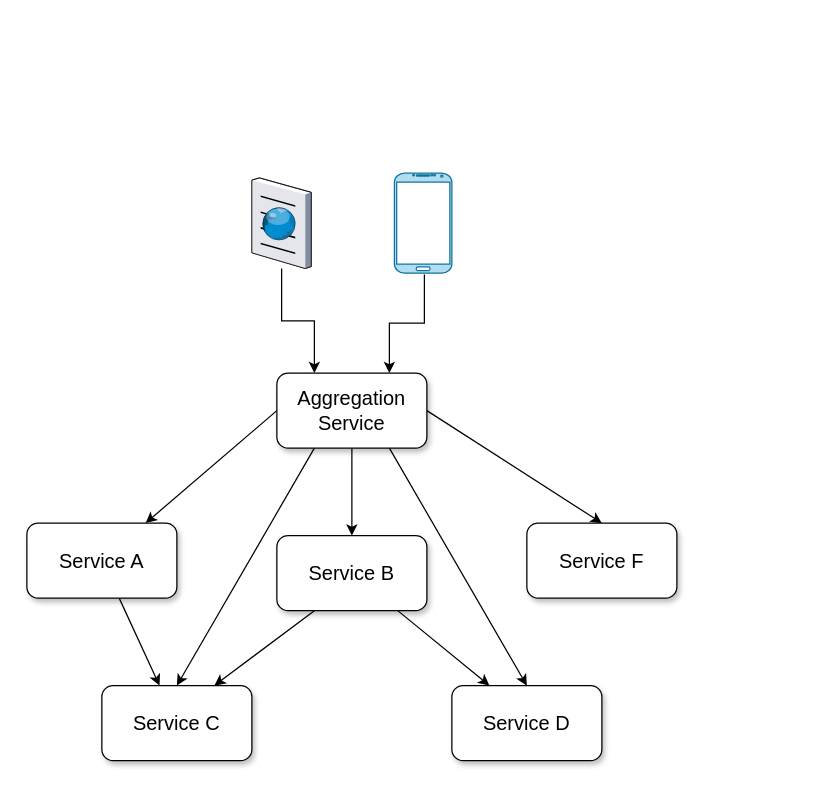
stupnikov/distributed-systems-lectures keeps this draw.io diagram as декомпозиция на микросервисы/draw.io/Aggregation Service.drawio. Above is the earlier version. Source tidied: cells renumbered, new cells numbered last; positions are measured from the earlier drawing's top-left corner, leaving out a move shared by most shapes. Both pictures are drawn from the tidied source at 125%, with x=0, y=0 at pixel (26, 172).
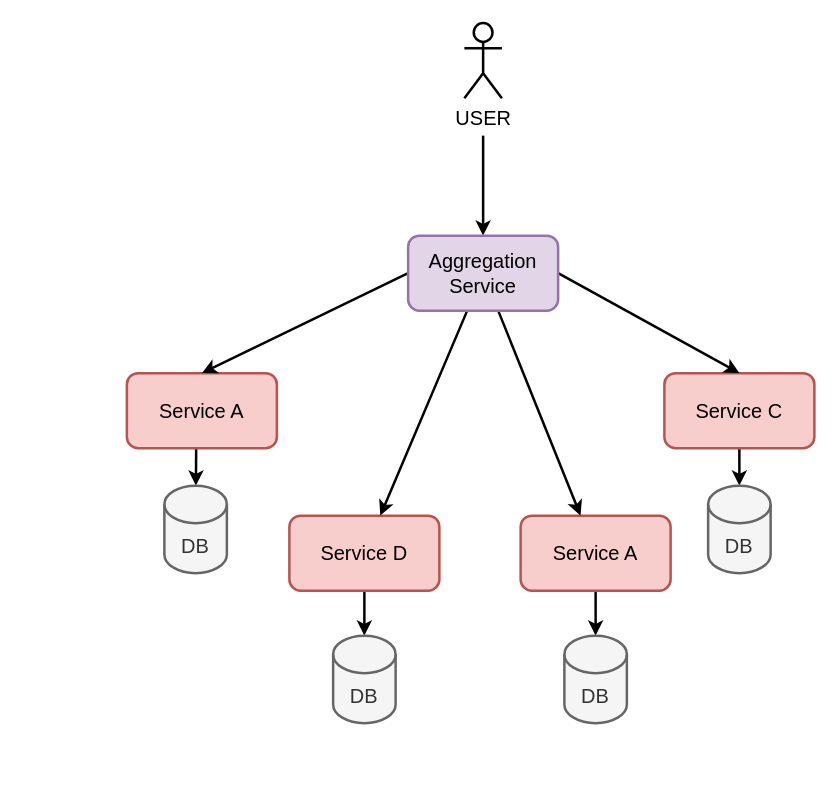
The same page after the edit.

Diff of the diagram source:
```diff
@@
-    <mxCell id="2" style="rounded=0;jettySize=auto;elbow=vertical;html=1;shadow=0;edgeStyle=orthogonalEdgeStyle;entryX=0.25;entryY=0;entryDx=0;entryDy=0;" parent="1" edge="1" source="3" target="11">
-      <mxGeometry relative="1" as="geometry" />
-    </mxCell>
-    <mxCell id="3" style="verticalLabelPosition=bottom;html=1;verticalAlign=top;strokeColor=none;align=center;outlineConnect=0;shape=mxgraph.citrix.browser;shadow=0;" parent="1" vertex="1">
-      <mxGeometry x="180" y="3.8" width="47.5" height="72.5" as="geometry" />
-    </mxCell>
-    <mxCell id="4" style="rounded=0;jettySize=auto;elbow=vertical;html=1;entryX=0.75;entryY=0;entryDx=0;entryDy=0;shadow=0;edgeStyle=orthogonalEdgeStyle;exitX=0.522;exitY=1.013;exitDx=0;exitDy=0;exitPerimeter=0;" parent="1" edge="1" source="5" target="11">
-      <mxGeometry relative="1" as="geometry" />
-    </mxCell>
-    <mxCell id="5" style="verticalLabelPosition=bottom;verticalAlign=top;html=1;shadow=0;dashed=0;strokeWidth=1;shape=mxgraph.android.phone2;strokeColor=#10739e;fillColor=#b1ddf0;" parent="1" vertex="1">
-      <mxGeometry x="294" width="46" height="80" as="geometry" />
-    </mxCell>
-    <mxCell id="6" style="edgeStyle=orthogonalEdgeStyle;rounded=0;jettySize=auto;html=1;shadow=0;" parent="1" edge="1" source="11" target="18">
-      <mxGeometry relative="1" as="geometry" />
-    </mxCell>
+    <mxCell id="20" style="edgeStyle=none;rounded=0;jettySize=auto;html=1;entryX=0.5;entryY=0;entryDx=0;entryDy=0;fontSize=16;strokeWidth=2;" parent="1" edge="1" target="11">
+      <mxGeometry relative="1" as="geometry">
+        <mxPoint x="365" y="-30" as="sourcePoint" />
+      </mxGeometry>
+    </mxCell>
+    <mxCell id="21" value="&lt;font style=&quot;font-size: 16px&quot;&gt;USER&lt;/font&gt;" style="shape=umlActor;verticalLabelPosition=bottom;verticalAlign=top;html=1;strokeWidth=2;" parent="1" vertex="1">
+      <mxGeometry x="350" y="-120" width="30" height="60" as="geometry" />
+    </mxCell>
+    <mxCell id="22" style="edgeStyle=none;rounded=0;jettySize=auto;html=1;fontSize=16;strokeWidth=2;exitX=0.462;exitY=0.98;exitDx=0;exitDy=0;exitPerimeter=0;" parent="1" edge="1" source="23" target="30">
+      <mxGeometry relative="1" as="geometry" />
+    </mxCell>
+    <mxCell id="23" value="Service A" style="rounded=1;whiteSpace=wrap;html=1;fontSize=16;strokeWidth=2;fillColor=#f8cecc;strokeColor=#b85450;" parent="1" vertex="1">
+      <mxGeometry x="80" y="160" width="120" height="60" as="geometry" />
+    </mxCell>
+    <mxCell id="24" style="edgeStyle=none;rounded=0;jettySize=auto;html=1;fontSize=16;strokeWidth=2;" parent="1" edge="1" source="25" target="32">
+      <mxGeometry relative="1" as="geometry" />
+    </mxCell>
+    <mxCell id="25" value="Service A" style="rounded=1;whiteSpace=wrap;html=1;fontSize=16;strokeWidth=2;fillColor=#f8cecc;strokeColor=#b85450;" parent="1" vertex="1">
+      <mxGeometry x="395" y="274" width="120" height="60" as="geometry" />
+    </mxCell>
+    <mxCell id="26" style="edgeStyle=none;rounded=0;jettySize=auto;html=1;entryX=0.5;entryY=0;entryDx=0;entryDy=0;entryPerimeter=0;fontSize=16;strokeWidth=2;" parent="1" edge="1" source="14" target="33">
+      <mxGeometry relative="1" as="geometry" />
+    </mxCell>
+    <mxCell id="14" value="Service C" style="rounded=1;whiteSpace=wrap;html=1;fontSize=16;strokeWidth=2;fillColor=#f8cecc;strokeColor=#b85450;" parent="1" vertex="1">
+      <mxGeometry x="510" y="160" width="120" height="60" as="geometry" />
+    </mxCell>
+    <mxCell id="27" style="edgeStyle=none;rounded=0;jettySize=auto;html=1;fontSize=16;strokeWidth=2;" parent="1" edge="1" source="15" target="31">
+      <mxGeometry relative="1" as="geometry" />
+    </mxCell>
+    <mxCell id="15" value="Service D" style="rounded=1;whiteSpace=wrap;html=1;fontSize=16;strokeWidth=2;fillColor=#f8cecc;strokeColor=#b85450;" parent="1" vertex="1">
+      <mxGeometry x="210" y="274" width="120" height="60" as="geometry" />
+    </mxCell>
+    <mxCell id="28" style="rounded=0;jettySize=auto;html=1;fontSize=16;exitX=0;exitY=0.5;exitDx=0;exitDy=0;entryX=0.5;entryY=0;entryDx=0;entryDy=0;strokeWidth=2;" parent="1" edge="1" source="11" target="23">
+      <mxGeometry relative="1" as="geometry" />
+    </mxCell>
+    <mxCell id="8" style="rounded=0;jettySize=auto;html=1;fontSize=16;strokeWidth=2;" parent="1" edge="1" source="11" target="15">
+      <mxGeometry relative="1" as="geometry" />
+    </mxCell>
-    <mxCell id="7" style="rounded=0;jettySize=auto;html=1;exitX=0.25;exitY=1;exitDx=0;exitDy=0;entryX=0.5;entryY=0;entryDx=0;entryDy=0;elbow=vertical;shadow=0;" parent="1" edge="1" source="11" target="14">
+    <mxCell id="7" style="rounded=0;jettySize=auto;html=1;fontSize=16;exitX=1;exitY=0.5;exitDx=0;exitDy=0;entryX=0.5;entryY=0;entryDx=0;entryDy=0;strokeWidth=2;" parent="1" edge="1" source="11" target="14">
       <mxGeometry relative="1" as="geometry" />
     </mxCell>
-    <mxCell id="8" style="rounded=0;jettySize=auto;elbow=vertical;html=1;exitX=0.75;exitY=1;exitDx=0;exitDy=0;entryX=0.5;entryY=0;entryDx=0;entryDy=0;shadow=0;" parent="1" edge="1" source="11" target="15">
-      <mxGeometry relative="1" as="geometry" />
-    </mxCell>
-    <mxCell id="9" style="rounded=0;jettySize=auto;elbow=vertical;html=1;exitX=1;exitY=0.5;exitDx=0;exitDy=0;entryX=0.5;entryY=0;entryDx=0;entryDy=0;shadow=0;" parent="1" edge="1" source="11" target="19">
-      <mxGeometry relative="1" as="geometry" />
-    </mxCell>
-    <mxCell id="10" style="rounded=0;jettySize=auto;elbow=vertical;html=1;exitX=0;exitY=0.5;exitDx=0;exitDy=0;shadow=0;" parent="1" edge="1" source="11" target="13">
-      <mxGeometry relative="1" as="geometry" />
-    </mxCell>
+    <mxCell id="29" style="rounded=0;jettySize=auto;html=1;fontSize=16;strokeWidth=2;" parent="1" edge="1" source="11" target="25">
+      <mxGeometry relative="1" as="geometry" />
+    </mxCell>
-    <mxCell id="11" value="Aggregation Service" style="rounded=1;whiteSpace=wrap;html=1;shadow=1;fontSize=16;" parent="1" vertex="1">
-      <mxGeometry x="200" y="160" width="120" height="60" as="geometry" />
+    <mxCell id="11" value="Aggregation Service" style="rounded=1;whiteSpace=wrap;html=1;fontSize=16;strokeWidth=2;fillColor=#e1d5e7;strokeColor=#9673a6;" parent="1" vertex="1">
+      <mxGeometry x="305" y="50" width="120" height="60" as="geometry" />
     </mxCell>
-    <mxCell id="12" style="edgeStyle=none;rounded=0;jettySize=auto;html=1;shadow=0;" parent="1" edge="1" source="13" target="14">
-      <mxGeometry relative="1" as="geometry" />
-    </mxCell>
-    <mxCell id="13" value="Service A" style="rounded=1;whiteSpace=wrap;html=1;shadow=1;fontSize=16;" parent="1" vertex="1">
-      <mxGeometry y="280" width="120" height="60" as="geometry" />
-    </mxCell>
-    <mxCell id="14" value="Service C" style="rounded=1;whiteSpace=wrap;html=1;shadow=1;fontSize=16;" parent="1" vertex="1">
-      <mxGeometry x="60" y="410" width="120" height="60" as="geometry" />
-    </mxCell>
-    <mxCell id="15" value="Service D" style="rounded=1;whiteSpace=wrap;html=1;shadow=1;fontSize=16;" parent="1" vertex="1">
-      <mxGeometry x="340" y="410" width="120" height="60" as="geometry" />
-    </mxCell>
-    <mxCell id="16" style="edgeStyle=none;rounded=0;jettySize=auto;html=1;entryX=0.25;entryY=0;entryDx=0;entryDy=0;shadow=0;" parent="1" edge="1" source="18" target="15">
-      <mxGeometry relative="1" as="geometry" />
-    </mxCell>
-    <mxCell id="17" style="edgeStyle=none;rounded=0;jettySize=auto;html=1;exitX=0.25;exitY=1;exitDx=0;exitDy=0;entryX=0.75;entryY=0;entryDx=0;entryDy=0;shadow=0;" parent="1" edge="1" source="18" target="14">
-      <mxGeometry relative="1" as="geometry" />
-    </mxCell>
-    <mxCell id="18" value="Service B" style="rounded=1;whiteSpace=wrap;html=1;shadow=1;fontSize=16;" parent="1" vertex="1">
-      <mxGeometry x="200" y="290" width="120" height="60" as="geometry" />
-    </mxCell>
-    <mxCell id="19" value="Service F" style="rounded=1;whiteSpace=wrap;html=1;shadow=1;fontSize=16;" parent="1" vertex="1">
-      <mxGeometry x="400" y="280" width="120" height="60" as="geometry" />
-    </mxCell>
+    <mxCell id="30" value="DB" style="shape=cylinder3;whiteSpace=wrap;html=1;boundedLbl=1;backgroundOutline=1;size=15;fontSize=16;strokeWidth=2;fillColor=#f5f5f5;strokeColor=#666666;fontColor=#333333;" parent="1" vertex="1">
+      <mxGeometry x="110" y="250" width="50" height="70" as="geometry" />
+    </mxCell>
+    <mxCell id="31" value="DB" style="shape=cylinder3;whiteSpace=wrap;html=1;boundedLbl=1;backgroundOutline=1;size=15;fontSize=16;strokeWidth=2;fillColor=#f5f5f5;strokeColor=#666666;fontColor=#333333;" parent="1" vertex="1">
+      <mxGeometry x="245" y="370" width="50" height="70" as="geometry" />
+    </mxCell>
+    <mxCell id="32" value="DB" style="shape=cylinder3;whiteSpace=wrap;html=1;boundedLbl=1;backgroundOutline=1;size=15;fontSize=16;strokeWidth=2;fillColor=#f5f5f5;strokeColor=#666666;fontColor=#333333;" parent="1" vertex="1">
+      <mxGeometry x="430" y="370" width="50" height="70" as="geometry" />
+    </mxCell>
+    <mxCell id="33" value="DB" style="shape=cylinder3;whiteSpace=wrap;html=1;boundedLbl=1;backgroundOutline=1;size=15;fontSize=16;strokeWidth=2;fillColor=#f5f5f5;strokeColor=#666666;fontColor=#333333;" parent="1" vertex="1">
+      <mxGeometry x="545" y="250" width="50" height="70" as="geometry" />
+    </mxCell>
```
